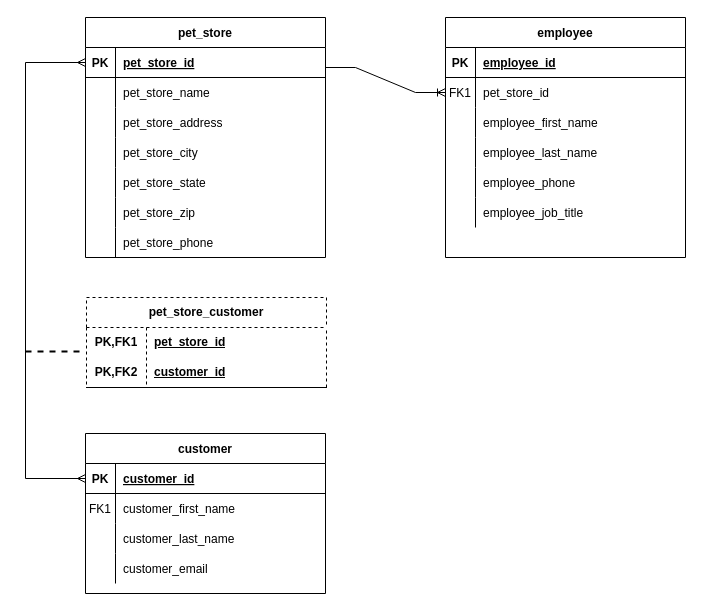
This is PetStoreERD.drawio from LancasterCodeMan/Pet-Store-JPA, a draw.io file, before an edit. Source tidied: cells renumbered, new cells numbered last; positions are measured from the earlier drawing's top-left corner, leaving out a move shared by most shapes. Both pictures are drawn from the tidied source at 100%, with x=0, y=0 at pixel (25, 17).
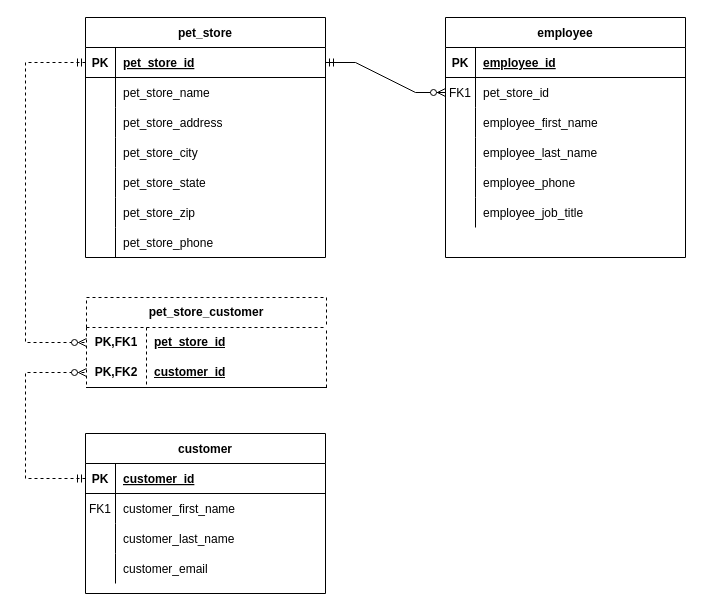
After the change.

The change refers to these unchanged cells:
```xml
<mxCell id="6" style="shape=partialRectangle;fillColor=none;points=[[0,0.5],[1,0.5]];portConstraint=eastwest;top=0;left=0;right=0;bottom=0;" parent="2" vertex="1">
  <mxGeometry y="60" width="240" height="30" as="geometry" />
</mxCell>
<mxCell id="22" style="shape=partialRectangle;fillColor=none;points=[[0,0.5],[1,0.5]];portConstraint=eastwest;top=0;left=0;right=0;bottom=1;" parent="21" vertex="1">
  <mxGeometry y="30" width="240" height="30" as="geometry" />
</mxCell>
<mxCell id="35" style="shape=partialRectangle;fillColor=none;points=[[0,0.5],[1,0.5]];portConstraint=eastwest;top=0;left=0;right=0;bottom=1;" parent="34" vertex="1">
  <mxGeometry y="30" width="240" height="30" as="geometry" />
</mxCell>
<mxCell id="57" style="shape=tableRow;horizontal=0;startSize=0;swimlaneHead=0;swimlaneBody=0;fillColor=none;points=[[0,0.5],[1,0.5]];portConstraint=eastwest;top=0;left=0;right=0;bottom=0;html=1;" parent="56" vertex="1">
  <mxGeometry y="30" width="240" height="30" as="geometry" />
</mxCell>
<mxCell id="60" style="shape=tableRow;horizontal=0;startSize=0;swimlaneHead=0;swimlaneBody=0;fillColor=none;points=[[0,0.5],[1,0.5]];portConstraint=eastwest;top=0;left=0;right=0;bottom=1;html=1;" parent="56" vertex="1">
  <mxGeometry y="60" width="240" height="30" as="geometry" />
</mxCell>
```

The edit, as a diff of the source:
```diff
@@
-    <mxCell id="63" style="edgeStyle=entityRelationEdgeStyle;fontSize=12;html=1;endArrow=ERoneToMany;rounded=0;entryX=0;entryY=0.5;entryDx=0;entryDy=0;" parent="1" edge="1" target="6">
-      <mxGeometry relative="1" as="geometry">
-        <mxPoint x="300" y="50" as="sourcePoint" />
-      </mxGeometry>
-    </mxCell>
-    <mxCell id="64" style="edgeStyle=orthogonalEdgeStyle;fontSize=12;html=1;endArrow=ERmany;startArrow=ERmany;rounded=0;entryX=0;entryY=0.5;entryDx=0;entryDy=0;exitX=0;exitY=0.5;exitDx=0;exitDy=0;" parent="1" edge="1" source="22" target="35">
-      <mxGeometry relative="1" as="geometry">
-        <Array as="points">
-          <mxPoint y="461" />
-          <mxPoint y="45" />
-        </Array>
-      </mxGeometry>
-    </mxCell>
-    <mxCell id="65" style="endArrow=none;dashed=1;html=1;strokeWidth=2;rounded=0;entryX=-0.008;entryY=-0.2;entryDx=0;entryDy=0;entryPerimeter=0;" parent="1" edge="1" target="60">
-      <mxGeometry relative="1" as="geometry">
-        <mxPoint y="334" as="sourcePoint" />
-      </mxGeometry>
-    </mxCell>
+    <mxCell id="66" style="edgeStyle=entityRelationEdgeStyle;fontSize=12;html=1;endArrow=ERzeroToMany;startArrow=ERmandOne;rounded=0;exitX=1;exitY=0.5;exitDx=0;exitDy=0;entryX=0;entryY=0.5;entryDx=0;entryDy=0;" parent="1" edge="1" source="35" target="6">
+      <mxGeometry relative="1" as="geometry" />
+    </mxCell>
+    <mxCell id="67" style="edgeStyle=orthogonalEdgeStyle;fontSize=12;html=1;endArrow=ERzeroToMany;startArrow=ERmandOne;rounded=0;entryX=0;entryY=0.5;entryDx=0;entryDy=0;exitX=0;exitY=0.5;exitDx=0;exitDy=0;dashed=1;" parent="1" edge="1" source="22" target="60">
+      <mxGeometry relative="1" as="geometry">
+        <Array as="points">
+          <mxPoint y="461" />
+          <mxPoint y="355" />
+        </Array>
+      </mxGeometry>
+    </mxCell>
+    <mxCell id="68" style="fontSize=12;html=1;endArrow=ERzeroToMany;startArrow=ERmandOne;rounded=0;exitX=0;exitY=0.5;exitDx=0;exitDy=0;entryX=0;entryY=0.5;entryDx=0;entryDy=0;edgeStyle=orthogonalEdgeStyle;dashed=1;" parent="1" edge="1" source="35" target="57">
+      <mxGeometry relative="1" as="geometry">
+        <Array as="points">
+          <mxPoint y="45" />
+          <mxPoint y="325" />
+        </Array>
+      </mxGeometry>
+    </mxCell>
```
